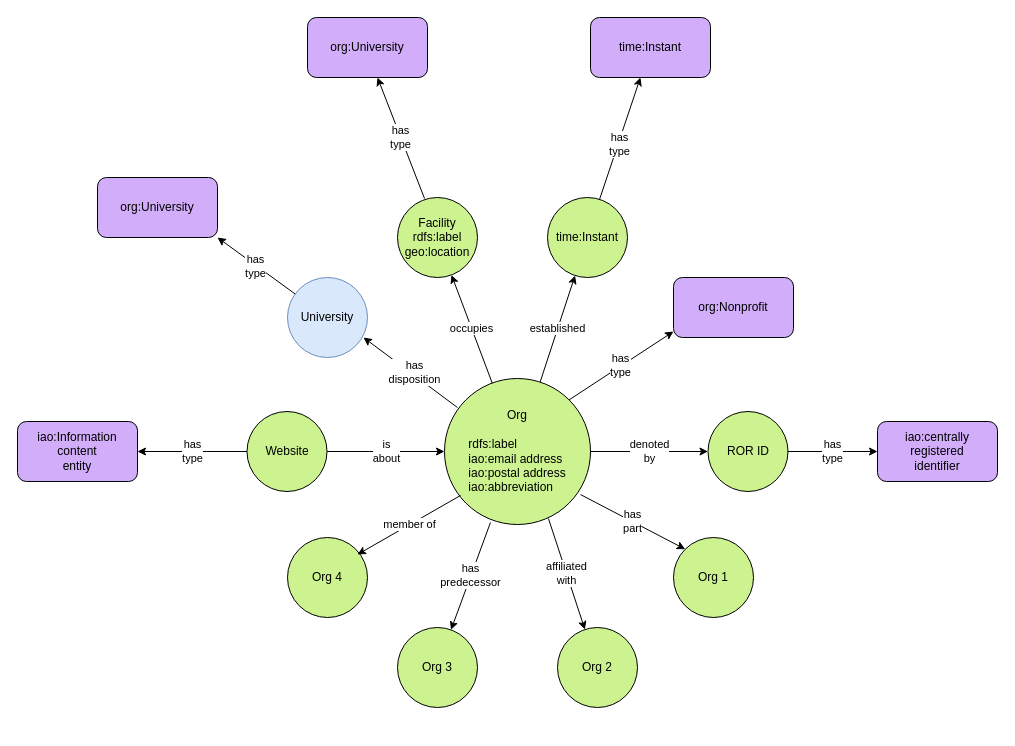
Before: docs/img/org-overview.drawio in mconlon17/organization-ontology, a draw.io diagram. Source tidied: cells renumbered, new cells numbered last; positions are measured from the earlier drawing's top-left corner, leaving out a move shared by most shapes. Both pictures are drawn from the tidied source at 100%, with x=0, y=0 at pixel (17, 17).
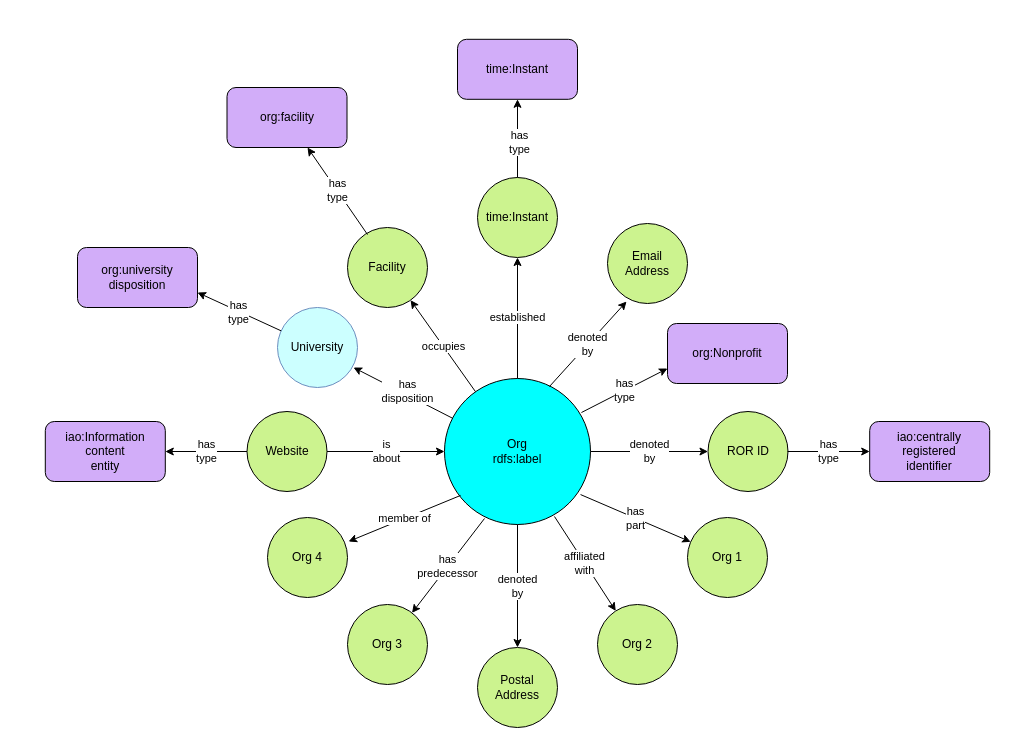
The same page after the edit.

Change to the diagram source:
```diff
@@
+    <mxCell id="36" value="&lt;div&gt;Postal&lt;/div&gt;&lt;div&gt;Address&lt;br&gt;&lt;/div&gt;" style="ellipse;whiteSpace=wrap;html=1;fillColor=#CCF38F;" parent="1" vertex="1">
+      <mxGeometry x="460" y="630" width="80" height="80" as="geometry" />
+    </mxCell>
+    <mxCell id="37" value="&lt;div&gt;Email&lt;/div&gt;&lt;div&gt;Address&lt;br&gt;&lt;/div&gt;" style="ellipse;whiteSpace=wrap;html=1;fillColor=#CCF38F;" parent="1" vertex="1">
+      <mxGeometry x="590" y="206" width="80" height="80" as="geometry" />
+    </mxCell>
     <mxCell id="2" value="Org 2" style="ellipse;whiteSpace=wrap;html=1;fillColor=#CCF38F;" parent="1" vertex="1">
-      <mxGeometry x="540" y="610" width="80" height="80" as="geometry" />
+      <mxGeometry x="580" y="587" width="80" height="80" as="geometry" />
     </mxCell>
     <mxCell id="3" value="Org 1" style="ellipse;whiteSpace=wrap;html=1;fillColor=#CCF38F;" parent="1" vertex="1">
-      <mxGeometry x="656" y="520" width="80" height="80" as="geometry" />
+      <mxGeometry x="670" y="500" width="80" height="80" as="geometry" />
     </mxCell>
@@
-    <mxCell id="5" value="University" style="ellipse;whiteSpace=wrap;html=1;fillColor=#dae8fc;strokeColor=#6c8ebf;" parent="1" vertex="1">
-      <mxGeometry x="270" y="260" width="80" height="80" as="geometry" />
+    <mxCell id="5" value="University" style="ellipse;whiteSpace=wrap;html=1;fillColor=#CCFFFF;strokeColor=#6c8ebf;" parent="1" vertex="1">
+      <mxGeometry x="260" y="290" width="80" height="80" as="geometry" />
     </mxCell>
     <mxCell id="6" value="Org 3" style="ellipse;whiteSpace=wrap;html=1;fillColor=#CCF38F;" parent="1" vertex="1">
-      <mxGeometry x="380" y="610" width="80" height="80" as="geometry" />
+      <mxGeometry x="330" y="587" width="80" height="80" as="geometry" />
     </mxCell>
@@
     <mxCell id="10" value="org:Nonprofit" style="rounded=1;whiteSpace=wrap;html=1;fillColor=#d2adf9;" parent="1" vertex="1">
-      <mxGeometry x="656" y="260" width="120" height="60" as="geometry" />
+      <mxGeometry x="650" y="306" width="120" height="60" as="geometry" />
     </mxCell>
-    <mxCell id="11" value="has&lt;br&gt;part" style="rounded=0;jettySize=auto;html=1;exitX=0.932;exitY=0.795;exitDx=0;exitDy=0;entryX=0;entryY=0;entryDx=0;entryDy=0;exitPerimeter=0;" parent="1" edge="1" source="13" target="3">
+    <mxCell id="11" value="has&lt;br&gt;part" style="rounded=0;jettySize=auto;html=1;exitX=0.932;exitY=0.795;exitDx=0;exitDy=0;exitPerimeter=0;" parent="1" edge="1" source="13" target="3">
       <mxGeometry relative="1" as="geometry" />
     </mxCell>
-    <mxCell id="12" value="affiliated&lt;br&gt;with" style="edgeStyle=none;rounded=0;jettySize=auto;html=1;exitX=0.712;exitY=0.959;exitDx=0;exitDy=0;exitPerimeter=0;" parent="1" edge="1" source="13" target="2">
+    <mxCell id="12" value="affiliated&lt;br&gt;with" style="edgeStyle=none;rounded=0;jettySize=auto;html=1;exitX=0.753;exitY=0.945;exitDx=0;exitDy=0;exitPerimeter=0;" parent="1" edge="1" source="13" target="2">
       <mxGeometry relative="1" as="geometry" />
     </mxCell>
-    <mxCell id="13" value="Org&lt;br&gt;&lt;br&gt;&lt;div style=&quot;text-align: left&quot;&gt;&lt;span&gt;rdfs:label&lt;/span&gt;&lt;/div&gt;&lt;div style=&quot;text-align: left&quot;&gt;&lt;span&gt;iao:email address&lt;/span&gt;&lt;/div&gt;&lt;div style=&quot;text-align: left&quot;&gt;&lt;span&gt;iao:postal address&lt;/span&gt;&lt;/div&gt;&lt;div style=&quot;text-align: left&quot;&gt;&lt;span&gt;iao:abbreviation&lt;/span&gt;&lt;/div&gt;" style="ellipse;whiteSpace=wrap;html=1;fillColor=#CCF38F;" parent="1" vertex="1">
+    <mxCell id="13" value="&lt;div&gt;Org&lt;span&gt;&lt;br&gt;&lt;/span&gt;&lt;/div&gt;&lt;div&gt;&lt;span&gt;rdfs:label&lt;/span&gt;&lt;/div&gt;" style="ellipse;whiteSpace=wrap;html=1;fillColor=#00FFFF;" parent="1" vertex="1">
       <mxGeometry x="427" y="361" width="146" height="146" as="geometry" />
     </mxCell>
-    <mxCell id="14" value="has&lt;br&gt;predecessor" style="endArrow=classic;html=1;exitX=0.315;exitY=0.986;exitDx=0;exitDy=0;exitPerimeter=0;" parent="1" edge="1" source="13" target="6">
+    <mxCell id="14" value="has&lt;br&gt;predecessor" style="endArrow=classic;html=1;exitX=0.274;exitY=0.959;exitDx=0;exitDy=0;exitPerimeter=0;" parent="1" edge="1" source="13" target="6">
       <mxGeometry relative="1" as="geometry" />
     </mxCell>
-    <mxCell id="15" value="has&lt;br&gt;type" style="endArrow=classic;html=1;entryX=0;entryY=0.9;entryDx=0;entryDy=0;entryPerimeter=0;exitX=1;exitY=0;exitDx=0;exitDy=0;" parent="1" edge="1" source="13" target="10">
+    <mxCell id="15" value="has&lt;br&gt;type" style="endArrow=classic;html=1;entryX=0;entryY=0.75;entryDx=0;entryDy=0;exitX=0.938;exitY=0.233;exitDx=0;exitDy=0;exitPerimeter=0;" parent="1" edge="1" source="13" target="10">
       <mxGeometry relative="1" as="geometry" />
     </mxCell>
@@
-    <mxCell id="17" style="endArrow=classic;html=1;exitX=0.089;exitY=0.199;exitDx=0;exitDy=0;entryX=0.95;entryY=0.75;entryDx=0;entryDy=0;exitPerimeter=0;entryPerimeter=0;" parent="1" edge="1" source="13" target="5">
+    <mxCell id="17" style="endArrow=classic;html=1;entryX=0.95;entryY=0.75;entryDx=0;entryDy=0;entryPerimeter=0;" parent="1" edge="1" source="13" target="5">
       <mxGeometry relative="1" as="geometry" />
     </mxCell>
@@
     <mxCell id="19" value="iao:Information&lt;br&gt;content&lt;br&gt;entity" style="rounded=1;whiteSpace=wrap;html=1;fillColor=#d2adf9;" parent="1" vertex="1">
-      <mxGeometry y="404" width="120" height="60" as="geometry" />
+      <mxGeometry x="27.8" y="404" width="120" height="60" as="geometry" />
     </mxCell>
     <mxCell id="20" value="iao:centrally&lt;br&gt;registered&lt;br&gt;identifier" style="rounded=1;whiteSpace=wrap;html=1;fillColor=#d2adf9;" parent="1" vertex="1">
-      <mxGeometry x="860" y="404" width="120" height="60" as="geometry" />
+      <mxGeometry x="852.2" y="404" width="120" height="60" as="geometry" />
     </mxCell>
     <mxCell id="21" value="time:Instant" style="ellipse;whiteSpace=wrap;html=1;fillColor=#CCF38F;" parent="1" vertex="1">
-      <mxGeometry x="530" y="180" width="80" height="80" as="geometry" />
+      <mxGeometry x="460" y="160" width="80" height="80" as="geometry" />
     </mxCell>
@@
     <mxCell id="23" value="time:Instant" style="rounded=1;whiteSpace=wrap;html=1;fillColor=#d2adf9;" parent="1" vertex="1">
-      <mxGeometry x="573" width="120" height="60" as="geometry" />
+      <mxGeometry x="440" y="21.8" width="120" height="60" as="geometry" />
     </mxCell>
-    <mxCell id="24" style="endArrow=classic;html=1;exitX=0.65;exitY=0.025;exitDx=0;exitDy=0;exitPerimeter=0;" parent="1" edge="1" source="21" target="23">
+    <mxCell id="24" style="endArrow=classic;html=1;exitX=0.5;exitY=0;exitDx=0;exitDy=0;" parent="1" edge="1" source="21" target="23">
       <mxGeometry relative="1" as="geometry" />
     </mxCell>
@@
-    <mxCell id="26" value="org:University" style="rounded=1;whiteSpace=wrap;html=1;fillColor=#d2adf9;" parent="1" vertex="1">
-      <mxGeometry x="80" y="160" width="120" height="60" as="geometry" />
+    <mxCell id="26" value="org:university disposition" style="rounded=1;whiteSpace=wrap;html=1;fillColor=#d2adf9;" parent="1" vertex="1">
+      <mxGeometry x="60" y="230" width="120" height="60" as="geometry" />
     </mxCell>
-    <mxCell id="27" style="endArrow=classic;html=1;entryX=1;entryY=1;entryDx=0;entryDy=0;" parent="1" edge="1" source="5" target="26">
+    <mxCell id="27" style="endArrow=classic;html=1;entryX=1;entryY=0.75;entryDx=0;entryDy=0;" parent="1" edge="1" source="5" target="26">
       <mxGeometry relative="1" as="geometry" />
     </mxCell>
@@
-    <mxCell id="30" value="&lt;div&gt;Facility&lt;/div&gt;&lt;div&gt;rdfs:label&lt;/div&gt;&lt;div&gt;geo:location&lt;br&gt;&lt;/div&gt;" style="ellipse;whiteSpace=wrap;html=1;fillColor=#CCF38F;" parent="1" vertex="1">
-      <mxGeometry x="380" y="180" width="80" height="80" as="geometry" />
+    <mxCell id="30" value="Facility" style="ellipse;whiteSpace=wrap;html=1;fillColor=#CCF38F;" parent="1" vertex="1">
+      <mxGeometry x="330" y="210" width="80" height="80" as="geometry" />
     </mxCell>
@@
     <mxCell id="32" value="Org 4" style="ellipse;whiteSpace=wrap;html=1;fillColor=#CCF38F;" parent="1" vertex="1">
-      <mxGeometry x="270" y="520" width="80" height="80" as="geometry" />
+      <mxGeometry x="250" y="500" width="80" height="80" as="geometry" />
     </mxCell>
-    <mxCell id="33" value="member of" style="rounded=0;jettySize=auto;html=1;exitX=0.11;exitY=0.801;exitDx=0;exitDy=0;exitPerimeter=0;" parent="1" edge="1" source="13">
-      <mxGeometry relative="1" as="geometry">
-        <mxPoint x="340" y="537" as="targetPoint" />
-      </mxGeometry>
+    <mxCell id="33" value="member of" style="rounded=0;jettySize=auto;html=1;exitX=0.11;exitY=0.801;exitDx=0;exitDy=0;exitPerimeter=0;entryX=1.013;entryY=0.3;entryDx=0;entryDy=0;entryPerimeter=0;" parent="1" edge="1" source="13" target="32">
+      <mxGeometry relative="1" as="geometry" />
     </mxCell>
-    <mxCell id="34" value="org:University" style="rounded=1;whiteSpace=wrap;html=1;fillColor=#d2adf9;" parent="1" vertex="1">
-      <mxGeometry x="290" width="120" height="60" as="geometry" />
+    <mxCell id="34" value="org:facility" style="rounded=1;whiteSpace=wrap;html=1;fillColor=#d2adf9;" parent="1" vertex="1">
+      <mxGeometry x="209.5" y="70" width="120" height="60" as="geometry" />
     </mxCell>
-    <mxCell id="35" value="&lt;div&gt;has&lt;/div&gt;&lt;div&gt;type&lt;br&gt;&lt;/div&gt;" style="endArrow=classic;html=1;entryX=0.583;entryY=1;entryDx=0;entryDy=0;entryPerimeter=0;exitX=0.338;exitY=0.013;exitDx=0;exitDy=0;exitPerimeter=0;" parent="1" edge="1" source="30" target="34">
-      <mxGeometry relative="1" as="geometry" />
+    <mxCell id="35" value="&lt;div&gt;has&lt;/div&gt;&lt;div&gt;type&lt;br&gt;&lt;/div&gt;" style="endArrow=classic;html=1;exitX=0.25;exitY=0.088;exitDx=0;exitDy=0;exitPerimeter=0;" parent="1" edge="1" source="30">
+      <mxGeometry relative="1" as="geometry">
+        <mxPoint x="290" y="130" as="targetPoint" />
+      </mxGeometry>
     </mxCell>
+    <mxCell id="38" value="denoted&lt;br&gt;by" style="endArrow=classic;html=1;exitX=0.719;exitY=0.055;exitDx=0;exitDy=0;exitPerimeter=0;entryX=0.238;entryY=0.975;entryDx=0;entryDy=0;entryPerimeter=0;" parent="1" edge="1" source="13" target="37">
+      <mxGeometry relative="1" as="geometry" />
+    </mxCell>
+    <mxCell id="39" value="denoted&lt;br&gt;by" style="endArrow=classic;html=1;exitX=0.5;exitY=1;exitDx=0;exitDy=0;entryX=0.5;entryY=0;entryDx=0;entryDy=0;" parent="1" edge="1" source="13" target="36">
+      <mxGeometry relative="1" as="geometry" />
+    </mxCell>
```
